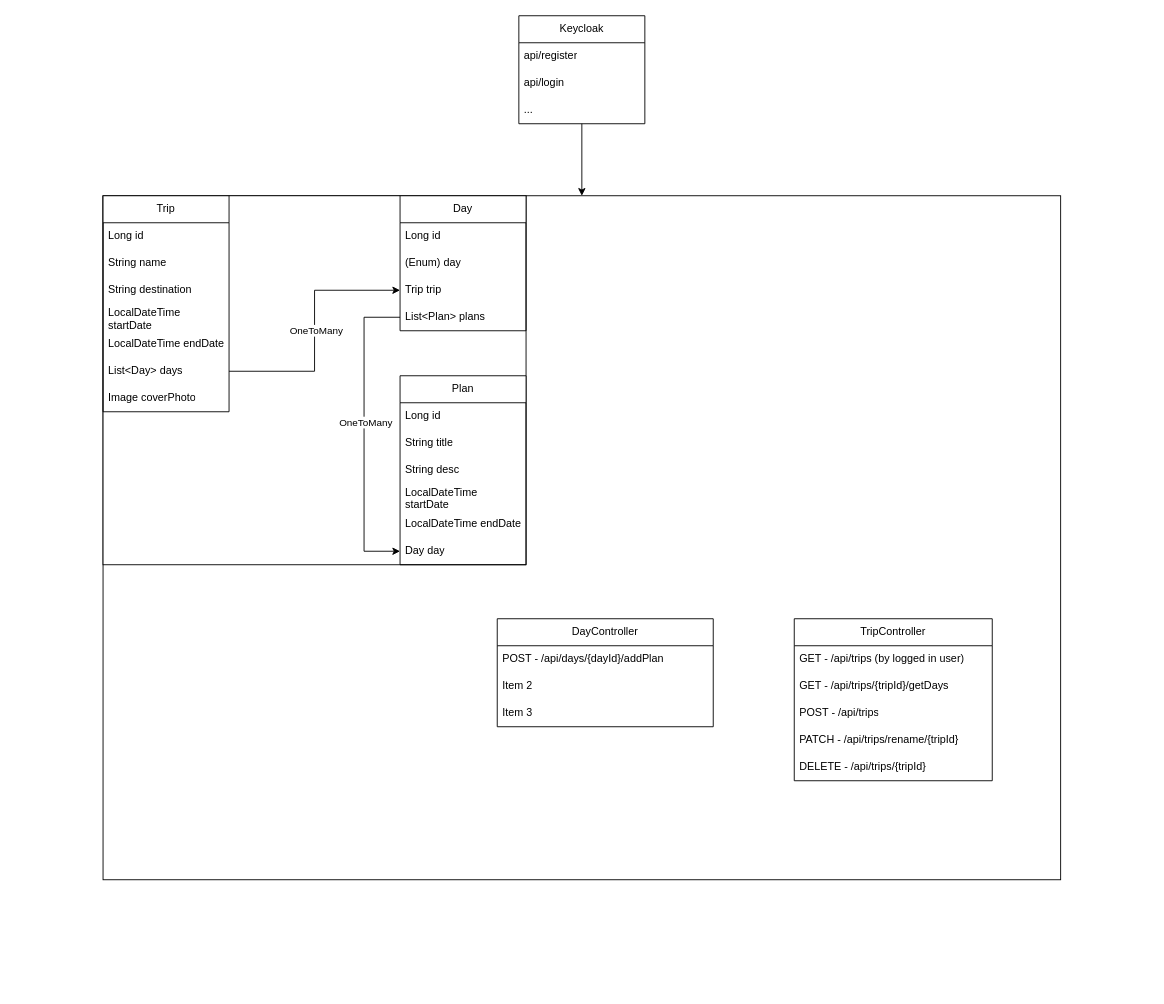
Earlier version of the draw.io diagram TravelItineraryPlanner.drawio (tpoda35/JAVA.PROJECT.TravelItineraryPlanner). Source tidied: cells renumbered, new cells numbered last; positions are measured from the earlier drawing's top-left corner, leaving out a move shared by most shapes. Both pictures are drawn from the tidied source at 90%, with x=0, y=0 at pixel (103, 15).
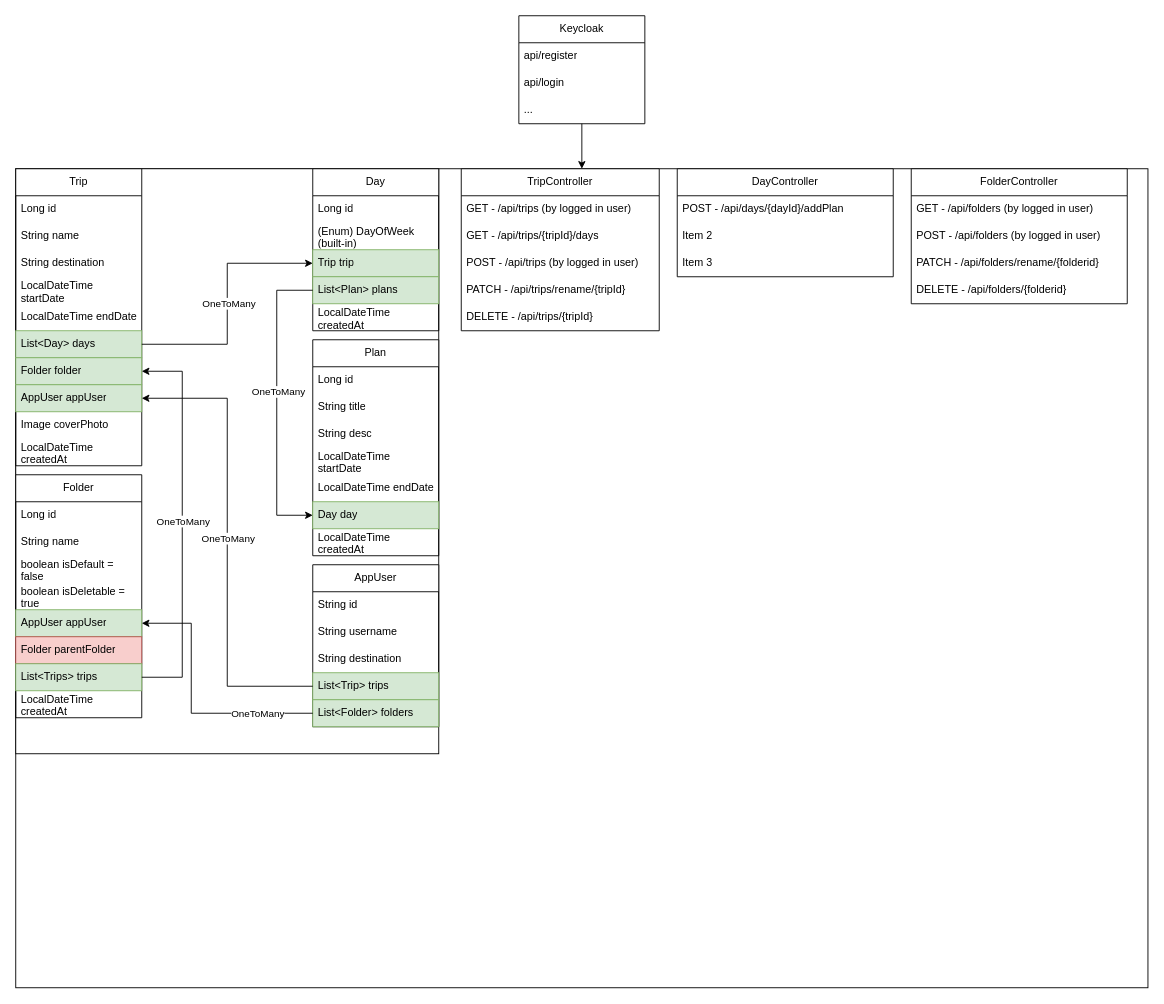
The same diagram, later.

Change to the diagram source:
```diff
@@
     <mxCell id="2" style="rounded=0;whiteSpace=wrap;html=1;gradientColor=none;fillColor=none;" parent="1" vertex="1">
-      <mxGeometry y="200" width="1064" height="760" as="geometry" />
+      <mxGeometry x="-97" y="170" width="1258" height="910" as="geometry" />
     </mxCell>
@@
     <mxCell id="8" style="group;" parent="1" vertex="1">
-      <mxGeometry y="200" width="470" height="520" as="geometry" />
+      <mxGeometry x="-97" y="170" width="480" height="650" as="geometry" />
     </mxCell>
     <mxCell id="9" style="rounded=0;whiteSpace=wrap;html=1;" parent="8" vertex="1">
-      <mxGeometry width="470" height="410" as="geometry" />
+      <mxGeometry width="470" height="650" as="geometry" />
     </mxCell>
     <mxCell id="10" value="Trip" style="swimlane;fontStyle=0;horizontal=1;startSize=30;whiteSpace=wrap;html=1;" parent="8" vertex="1">
-      <mxGeometry width="140" height="240" as="geometry" />
+      <mxGeometry width="140" height="330" as="geometry" />
     </mxCell>
@@
-    <mxCell id="16" value="List&amp;lt;Day&amp;gt; days" style="text;strokeColor=none;fillColor=none;align=left;verticalAlign=middle;spacingLeft=4;spacingRight=4;overflow=hidden;points=[[0,0.5],[1,0.5]];portConstraint=eastwest;whiteSpace=wrap;html=1;" parent="10" vertex="1">
+    <mxCell id="16" value="List&amp;lt;Day&amp;gt; days" style="text;strokeColor=#82b366;fillColor=#d5e8d4;align=left;verticalAlign=middle;spacingLeft=4;spacingRight=4;overflow=hidden;points=[[0,0.5],[1,0.5]];portConstraint=eastwest;whiteSpace=wrap;html=1;" parent="10" vertex="1">
       <mxGeometry y="180" width="140" height="30" as="geometry" />
     </mxCell>
+    <mxCell id="44" value="Folder folder" style="text;strokeColor=#82b366;fillColor=#d5e8d4;align=left;verticalAlign=middle;spacingLeft=4;spacingRight=4;overflow=hidden;points=[[0,0.5],[1,0.5]];portConstraint=eastwest;whiteSpace=wrap;html=1;" parent="10" vertex="1">
+      <mxGeometry y="210" width="140" height="30" as="geometry" />
+    </mxCell>
+    <mxCell id="45" value="AppUser appUser" style="text;strokeColor=#82b366;fillColor=#d5e8d4;align=left;verticalAlign=middle;spacingLeft=4;spacingRight=4;overflow=hidden;points=[[0,0.5],[1,0.5]];portConstraint=eastwest;whiteSpace=wrap;html=1;" parent="10" vertex="1">
+      <mxGeometry y="240" width="140" height="30" as="geometry" />
+    </mxCell>
     <mxCell id="17" value="Image coverPhoto" style="text;strokeColor=none;fillColor=none;align=left;verticalAlign=middle;spacingLeft=4;spacingRight=4;overflow=hidden;whiteSpace=wrap;html=1;" parent="10" vertex="1">
-      <mxGeometry y="210" width="140" height="30" as="geometry" />
+      <mxGeometry y="270" width="140" height="30" as="geometry" />
     </mxCell>
+    <mxCell id="46" value="LocalDateTime createdAt" style="text;strokeColor=none;fillColor=none;align=left;verticalAlign=middle;spacingLeft=4;spacingRight=4;overflow=hidden;whiteSpace=wrap;html=1;" parent="10" vertex="1">
+      <mxGeometry y="300" width="140" height="30" as="geometry" />
+    </mxCell>
     <mxCell id="18" value="Day" style="swimlane;fontStyle=0;horizontal=1;startSize=30;whiteSpace=wrap;html=1;" parent="8" vertex="1">
-      <mxGeometry x="330" width="140" height="150" as="geometry" />
+      <mxGeometry x="330" width="140" height="180" as="geometry" />
     </mxCell>
@@
-    <mxCell id="20" value="(Enum) day" style="text;strokeColor=none;fillColor=none;align=left;verticalAlign=middle;spacingLeft=4;spacingRight=4;overflow=hidden;whiteSpace=wrap;html=1;" parent="18" vertex="1">
+    <mxCell id="20" value="(Enum) DayOfWeek (built-in)" style="text;strokeColor=none;fillColor=none;align=left;verticalAlign=middle;spacingLeft=4;spacingRight=4;overflow=hidden;whiteSpace=wrap;html=1;" parent="18" vertex="1">
       <mxGeometry y="60" width="140" height="30" as="geometry" />
     </mxCell>
-    <mxCell id="21" value="Trip trip" style="text;strokeColor=none;fillColor=none;align=left;verticalAlign=middle;spacingLeft=4;spacingRight=4;overflow=hidden;points=[[0,0.5],[1,0.5]];portConstraint=eastwest;whiteSpace=wrap;html=1;" parent="18" vertex="1">
+    <mxCell id="21" value="Trip trip" style="text;strokeColor=#82b366;fillColor=#d5e8d4;align=left;verticalAlign=middle;spacingLeft=4;spacingRight=4;overflow=hidden;points=[[0,0.5],[1,0.5]];portConstraint=eastwest;whiteSpace=wrap;html=1;" parent="18" vertex="1">
       <mxGeometry y="90" width="140" height="30" as="geometry" />
     </mxCell>
-    <mxCell id="22" value="List&amp;lt;Plan&amp;gt; plans" style="text;strokeColor=none;fillColor=none;align=left;verticalAlign=middle;spacingLeft=4;spacingRight=4;overflow=hidden;points=[[0,0.5],[1,0.5]];portConstraint=eastwest;whiteSpace=wrap;html=1;" parent="18" vertex="1">
+    <mxCell id="22" value="List&amp;lt;Plan&amp;gt; plans" style="text;strokeColor=#82b366;fillColor=#d5e8d4;align=left;verticalAlign=middle;spacingLeft=4;spacingRight=4;overflow=hidden;points=[[0,0.5],[1,0.5]];portConstraint=eastwest;whiteSpace=wrap;html=1;" parent="18" vertex="1">
       <mxGeometry y="120" width="140" height="30" as="geometry" />
     </mxCell>
+    <mxCell id="47" value="LocalDateTime createdAt" style="text;strokeColor=none;fillColor=none;align=left;verticalAlign=middle;spacingLeft=4;spacingRight=4;overflow=hidden;whiteSpace=wrap;html=1;" parent="18" vertex="1">
+      <mxGeometry y="150" width="140" height="30" as="geometry" />
+    </mxCell>
     <mxCell id="23" value="Plan" style="swimlane;fontStyle=0;horizontal=1;startSize=30;whiteSpace=wrap;html=1;" parent="8" vertex="1">
-      <mxGeometry x="330" y="200" width="140" height="210" as="geometry" />
+      <mxGeometry x="330" y="190" width="140" height="240" as="geometry" />
     </mxCell>
@@
-    <mxCell id="29" value="Day day" style="text;strokeColor=none;fillColor=none;align=left;verticalAlign=middle;spacingLeft=4;spacingRight=4;overflow=hidden;points=[[0,0.5],[1,0.5]];portConstraint=eastwest;whiteSpace=wrap;html=1;" parent="23" vertex="1">
+    <mxCell id="29" value="Day day" style="text;strokeColor=#82b366;fillColor=#d5e8d4;align=left;verticalAlign=middle;spacingLeft=4;spacingRight=4;overflow=hidden;points=[[0,0.5],[1,0.5]];portConstraint=eastwest;whiteSpace=wrap;html=1;" parent="23" vertex="1">
       <mxGeometry y="180" width="140" height="30" as="geometry" />
     </mxCell>
+    <mxCell id="48" value="LocalDateTime createdAt" style="text;strokeColor=none;fillColor=none;align=left;verticalAlign=middle;spacingLeft=4;spacingRight=4;overflow=hidden;whiteSpace=wrap;html=1;" parent="23" vertex="1">
+      <mxGeometry y="210" width="140" height="30" as="geometry" />
+    </mxCell>
@@
     <mxCell id="32" style="edgeStyle=orthogonalEdgeStyle;rounded=0;jettySize=auto;html=1;exitX=0;exitY=0.5;exitDx=0;exitDy=0;entryX=0;entryY=0.5;entryDx=0;entryDy=0;" parent="8" edge="1" source="22" target="29">
       <mxGeometry relative="1" as="geometry">
         <Array as="points">
           <mxPoint x="290" y="135" />
-          <mxPoint x="290" y="395" />
+          <mxPoint x="290" y="385" />
         </Array>
       </mxGeometry>
     </mxCell>
@@
+    <mxCell id="49" value="Folder" style="swimlane;fontStyle=0;horizontal=1;startSize=30;whiteSpace=wrap;html=1;" parent="8" vertex="1">
+      <mxGeometry y="340" width="140" height="270" as="geometry" />
+    </mxCell>
+    <mxCell id="50" value="Long id" style="text;strokeColor=none;fillColor=none;align=left;verticalAlign=middle;spacingLeft=4;spacingRight=4;overflow=hidden;whiteSpace=wrap;html=1;" parent="49" vertex="1">
+      <mxGeometry y="30" width="140" height="30" as="geometry" />
+    </mxCell>
+    <mxCell id="51" value="String name" style="text;strokeColor=none;fillColor=none;align=left;verticalAlign=middle;spacingLeft=4;spacingRight=4;overflow=hidden;whiteSpace=wrap;html=1;" parent="49" vertex="1">
+      <mxGeometry y="60" width="140" height="30" as="geometry" />
+    </mxCell>
+    <mxCell id="52" value="boolean isDefault = false" style="text;strokeColor=none;fillColor=none;align=left;verticalAlign=middle;spacingLeft=4;spacingRight=4;overflow=hidden;whiteSpace=wrap;html=1;" parent="49" vertex="1">
+      <mxGeometry y="90" width="140" height="30" as="geometry" />
+    </mxCell>
+    <mxCell id="53" value="boolean isDeletable = true" style="text;strokeColor=none;fillColor=none;align=left;verticalAlign=middle;spacingLeft=4;spacingRight=4;overflow=hidden;whiteSpace=wrap;html=1;" parent="49" vertex="1">
+      <mxGeometry y="120" width="140" height="30" as="geometry" />
+    </mxCell>
+    <mxCell id="54" value="AppUser appUser" style="text;strokeColor=#82b366;fillColor=#d5e8d4;align=left;verticalAlign=middle;spacingLeft=4;spacingRight=4;overflow=hidden;points=[[0,0.5],[1,0.5]];portConstraint=eastwest;whiteSpace=wrap;html=1;" parent="49" vertex="1">
+      <mxGeometry y="150" width="140" height="30" as="geometry" />
+    </mxCell>
+    <mxCell id="55" value="Folder parentFolder" style="text;strokeColor=#b85450;fillColor=#f8cecc;align=left;verticalAlign=middle;spacingLeft=4;spacingRight=4;overflow=hidden;whiteSpace=wrap;html=1;" parent="49" vertex="1">
+      <mxGeometry y="180" width="140" height="30" as="geometry" />
+    </mxCell>
+    <mxCell id="56" value="List&amp;lt;Trips&amp;gt; trips" style="text;strokeColor=#82b366;fillColor=#d5e8d4;align=left;verticalAlign=middle;spacingLeft=4;spacingRight=4;overflow=hidden;points=[[0,0.5],[1,0.5]];portConstraint=eastwest;whiteSpace=wrap;html=1;" parent="49" vertex="1">
+      <mxGeometry y="210" width="140" height="30" as="geometry" />
+    </mxCell>
+    <mxCell id="57" value="LocalDateTime createdAt" style="text;strokeColor=none;fillColor=none;align=left;verticalAlign=middle;spacingLeft=4;spacingRight=4;overflow=hidden;whiteSpace=wrap;html=1;" parent="49" vertex="1">
+      <mxGeometry y="240" width="140" height="30" as="geometry" />
+    </mxCell>
+    <mxCell id="58" value="AppUser" style="swimlane;fontStyle=0;horizontal=1;startSize=30;whiteSpace=wrap;html=1;" parent="8" vertex="1">
+      <mxGeometry x="330" y="440" width="140" height="180" as="geometry" />
+    </mxCell>
+    <mxCell id="59" value="String id" style="text;strokeColor=none;fillColor=none;align=left;verticalAlign=middle;spacingLeft=4;spacingRight=4;overflow=hidden;whiteSpace=wrap;html=1;" parent="58" vertex="1">
+      <mxGeometry y="30" width="140" height="30" as="geometry" />
+    </mxCell>
+    <mxCell id="60" value="String username" style="text;strokeColor=none;fillColor=none;align=left;verticalAlign=middle;spacingLeft=4;spacingRight=4;overflow=hidden;whiteSpace=wrap;html=1;" parent="58" vertex="1">
+      <mxGeometry y="60" width="140" height="30" as="geometry" />
+    </mxCell>
+    <mxCell id="61" value="String destination" style="text;strokeColor=none;fillColor=none;align=left;verticalAlign=middle;spacingLeft=4;spacingRight=4;overflow=hidden;whiteSpace=wrap;html=1;" parent="58" vertex="1">
+      <mxGeometry y="90" width="140" height="30" as="geometry" />
+    </mxCell>
+    <mxCell id="62" value="List&amp;lt;Trip&amp;gt; trips" style="text;strokeColor=#82b366;fillColor=#d5e8d4;align=left;verticalAlign=middle;spacingLeft=4;spacingRight=4;overflow=hidden;points=[[0,0.5],[1,0.5]];portConstraint=eastwest;whiteSpace=wrap;html=1;" parent="58" vertex="1">
+      <mxGeometry y="120" width="140" height="30" as="geometry" />
+    </mxCell>
+    <mxCell id="63" value="List&amp;lt;Folder&amp;gt; folders" style="text;strokeColor=#82b366;fillColor=#d5e8d4;align=left;verticalAlign=middle;spacingLeft=4;spacingRight=4;overflow=hidden;points=[[0,0.5],[1,0.5]];portConstraint=eastwest;whiteSpace=wrap;html=1;" parent="58" vertex="1">
+      <mxGeometry y="150" width="140" height="30" as="geometry" />
+    </mxCell>
+    <mxCell id="64" style="edgeStyle=orthogonalEdgeStyle;rounded=0;jettySize=auto;html=1;entryX=1;entryY=0.5;entryDx=0;entryDy=0;" parent="8" edge="1" source="62" target="45">
+      <mxGeometry relative="1" as="geometry" />
+    </mxCell>
+    <mxCell id="65" value="OneToMany" style="edgeLabel;html=1;align=center;verticalAlign=middle;" parent="64" vertex="1">
+      <mxGeometry x="0.02" relative="1" as="geometry" />
+    </mxCell>
+    <mxCell id="66" style="edgeStyle=orthogonalEdgeStyle;rounded=0;jettySize=auto;html=1;exitX=0;exitY=0.5;exitDx=0;exitDy=0;entryX=1;entryY=0.5;entryDx=0;entryDy=0;" parent="8" edge="1" source="63" target="54">
+      <mxGeometry relative="1" as="geometry">
+        <Array as="points">
+          <mxPoint x="195" y="605" />
+          <mxPoint x="195" y="505" />
+        </Array>
+      </mxGeometry>
+    </mxCell>
+    <mxCell id="67" value="OneToMany" style="edgeLabel;html=1;align=center;verticalAlign=middle;" parent="66" vertex="1">
+      <mxGeometry x="-0.57" relative="1" as="geometry" />
+    </mxCell>
+    <mxCell id="68" style="edgeStyle=orthogonalEdgeStyle;rounded=0;jettySize=auto;html=1;exitX=1;exitY=0.5;exitDx=0;exitDy=0;entryX=1;entryY=0.5;entryDx=0;entryDy=0;" parent="8" edge="1" source="56" target="44">
+      <mxGeometry relative="1" as="geometry">
+        <Array as="points">
+          <mxPoint x="185" y="565" />
+          <mxPoint x="185" y="225" />
+        </Array>
+      </mxGeometry>
+    </mxCell>
+    <mxCell id="69" value="OneToMany" style="edgeLabel;html=1;align=center;verticalAlign=middle;" parent="68" vertex="1">
+      <mxGeometry x="0.02" relative="1" as="geometry" />
+    </mxCell>
     <mxCell id="34" value="TripController" style="swimlane;fontStyle=0;horizontal=1;startSize=30;whiteSpace=wrap;html=1;" parent="1" vertex="1">
-      <mxGeometry x="768" y="670" width="220" height="180" as="geometry" />
+      <mxGeometry x="398" y="170" width="220" height="180" as="geometry" />
     </mxCell>
@@
-    <mxCell id="36" value="GET - /api/trips/{tripId}/getDays" style="text;strokeColor=none;fillColor=none;align=left;verticalAlign=middle;spacingLeft=4;spacingRight=4;overflow=hidden;whiteSpace=wrap;html=1;" parent="34" vertex="1">
+    <mxCell id="36" value="GET - /api/trips/{tripId}/days" style="text;strokeColor=none;fillColor=none;align=left;verticalAlign=middle;spacingLeft=4;spacingRight=4;overflow=hidden;whiteSpace=wrap;html=1;" parent="34" vertex="1">
       <mxGeometry y="60" width="220" height="30" as="geometry" />
     </mxCell>
-    <mxCell id="37" value="POST - /api/trips" style="text;strokeColor=none;fillColor=none;align=left;verticalAlign=middle;spacingLeft=4;spacingRight=4;overflow=hidden;whiteSpace=wrap;html=1;" parent="34" vertex="1">
+    <mxCell id="37" value="POST - /api/trips (by logged in user)" style="text;strokeColor=none;fillColor=none;align=left;verticalAlign=middle;spacingLeft=4;spacingRight=4;overflow=hidden;whiteSpace=wrap;html=1;" parent="34" vertex="1">
       <mxGeometry y="90" width="220" height="30" as="geometry" />
     </mxCell>
@@
     <mxCell id="40" value="DayController" style="swimlane;fontStyle=0;horizontal=1;startSize=30;whiteSpace=wrap;html=1;" parent="1" vertex="1">
-      <mxGeometry x="438" y="670" width="240" height="120" as="geometry" />
+      <mxGeometry x="638" y="170" width="240" height="120" as="geometry" />
     </mxCell>
@@
+    <mxCell id="70" value="FolderController" style="swimlane;fontStyle=0;horizontal=1;startSize=30;whiteSpace=wrap;html=1;" parent="1" vertex="1">
+      <mxGeometry x="898" y="170" width="240" height="150" as="geometry" />
+    </mxCell>
+    <mxCell id="71" value="GET - /api/folders (by logged in user)" style="text;strokeColor=none;fillColor=none;align=left;verticalAlign=middle;spacingLeft=4;spacingRight=4;overflow=hidden;whiteSpace=wrap;html=1;" parent="70" vertex="1">
+      <mxGeometry y="30" width="240" height="30" as="geometry" />
+    </mxCell>
+    <mxCell id="72" value="POST - /api/folders (by logged in user)" style="text;strokeColor=none;fillColor=none;align=left;verticalAlign=middle;spacingLeft=4;spacingRight=4;overflow=hidden;whiteSpace=wrap;html=1;" parent="70" vertex="1">
+      <mxGeometry y="60" width="240" height="30" as="geometry" />
+    </mxCell>
+    <mxCell id="73" value="PATCH - /api/folders/rename/{folderid}" style="text;strokeColor=none;fillColor=none;align=left;verticalAlign=middle;spacingLeft=4;spacingRight=4;overflow=hidden;whiteSpace=wrap;html=1;" parent="70" vertex="1">
+      <mxGeometry y="90" width="240" height="30" as="geometry" />
+    </mxCell>
+    <mxCell id="74" value="DELETE - /api/folders/{folderid}" style="text;strokeColor=none;fillColor=none;align=left;verticalAlign=middle;spacingLeft=4;spacingRight=4;overflow=hidden;whiteSpace=wrap;html=1;" parent="70" vertex="1">
+      <mxGeometry y="120" width="240" height="30" as="geometry" />
+    </mxCell>
```
